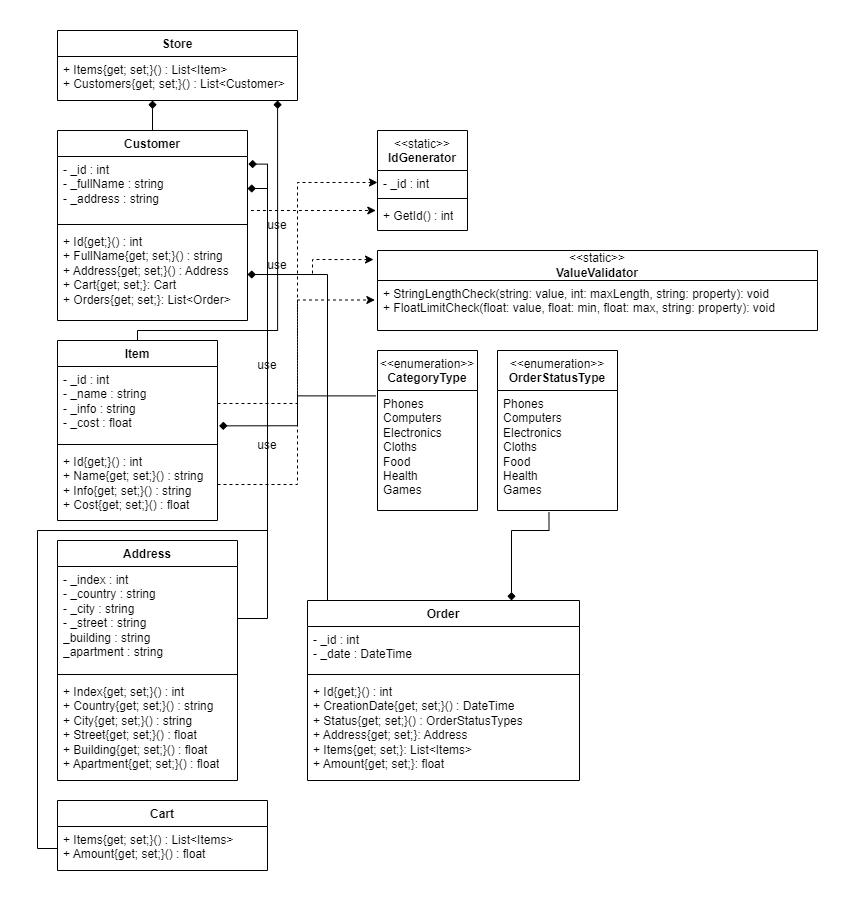
The draw.io diagram oop-winform/Diagram.drawio.png in antoniocra04/oop-winform, before a commit. Source tidied: cells renumbered, new cells last; positions are measured from the earlier drawing's top-left corner, leaving out a move shared by most shapes.
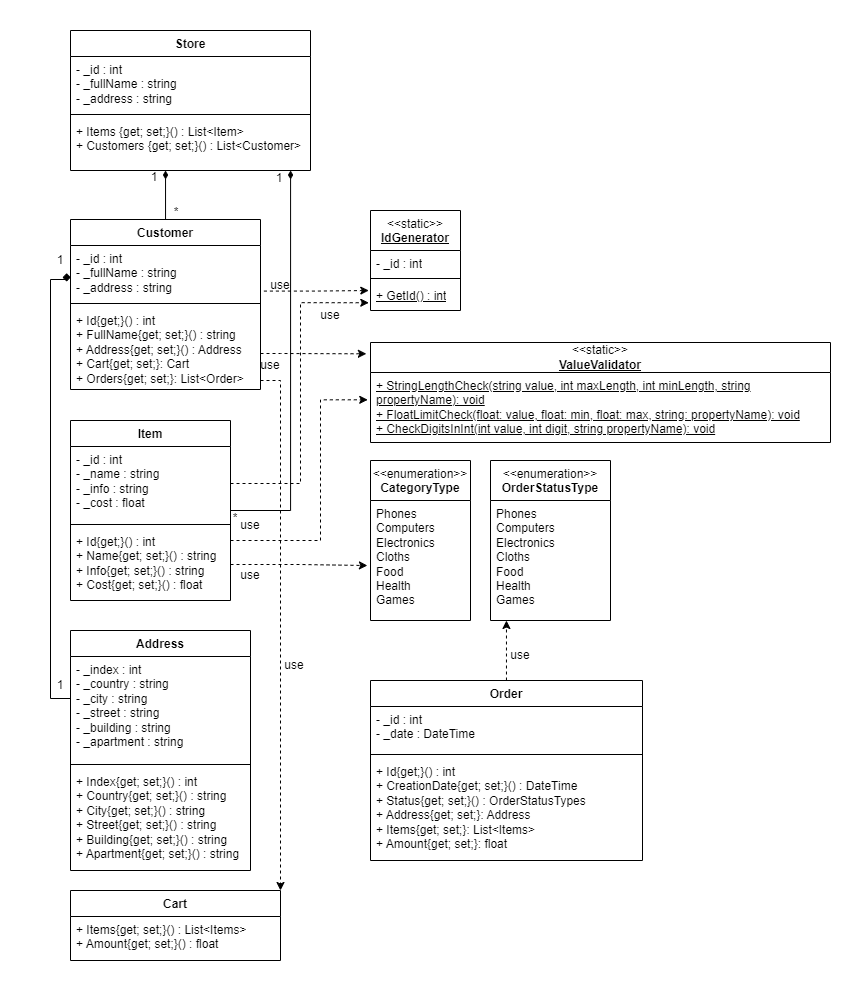
After the commit.

What changed in the source:
```diff
@@ -5,21 +5,13 @@
     <mxCell id="2" value="Customer" style="swimlane;fontStyle=1;align=center;verticalAlign=top;horizontal=1;startSize=26;whiteSpace=wrap;html=1;" parent="1" vertex="1">
-      <mxGeometry x="20" y="100" width="190" height="190" as="geometry" />
+      <mxGeometry x="20" y="109" width="190" height="170" as="geometry" />
     </mxCell>
     <mxCell id="3" value="- _id : int&lt;br&gt;- _fullName : string&lt;br&gt;- _address : string" style="text;strokeColor=none;fillColor=none;align=left;verticalAlign=top;spacingLeft=4;spacingRight=4;overflow=hidden;points=[[0,0.5],[1,0.5]];portConstraint=eastwest;whiteSpace=wrap;html=1;" parent="2" vertex="1">
-      <mxGeometry y="26" width="190" height="64" as="geometry" />
+      <mxGeometry y="26" width="190" height="54" as="geometry" />
     </mxCell>
     <mxCell id="4" style="line;strokeWidth=1;fillColor=none;align=left;verticalAlign=middle;spacingTop=-1;spacingLeft=3;spacingRight=3;labelPosition=right;strokeColor=inherit;" parent="2" vertex="1">
-      <mxGeometry y="90" width="190" height="8" as="geometry" />
+      <mxGeometry y="80" width="190" height="8" as="geometry" />
     </mxCell>
     <mxCell id="5" value="+ Id{get;}() : int&lt;br&gt;+ FullName{get; set;}() : string&lt;br&gt;+ Address{get; set;}() : Address&lt;div&gt;+ Cart{get; set;}: Cart&lt;/div&gt;&lt;div&gt;+ Orders{get; set;}: List&amp;lt;Order&amp;gt;&lt;/div&gt;" style="text;strokeColor=none;fillColor=none;align=left;verticalAlign=top;spacingLeft=4;spacingRight=4;overflow=hidden;points=[[0,0.5],[1,0.5]];portConstraint=eastwest;whiteSpace=wrap;html=1;" parent="2" vertex="1">
-      <mxGeometry y="98" width="190" height="92" as="geometry" />
+      <mxGeometry y="88" width="190" height="82" as="geometry" />
     </mxCell>
-    <mxCell id="6" style="edgeStyle=orthogonalEdgeStyle;rounded=0;jettySize=auto;html=1;entryX=0.917;entryY=1;entryDx=0;entryDy=0;entryPerimeter=0;endArrow=diamond;endFill=1;" parent="1" edge="1" source="7" target="34">
-      <mxGeometry relative="1" as="geometry">
-        <Array as="points">
-          <mxPoint x="100" y="300" />
-          <mxPoint x="240" y="300" />
-        </Array>
-      </mxGeometry>
-    </mxCell>
     <mxCell id="7" value="Item" style="swimlane;fontStyle=1;align=center;verticalAlign=top;horizontal=1;startSize=26;whiteSpace=wrap;html=1;" parent="1" vertex="1">
@@ -36,4 +28,4 @@
     </mxCell>
-    <mxCell id="11" value="&lt;span style=&quot;font-weight: normal;&quot;&gt;&amp;lt;&amp;lt;static&amp;gt;&amp;gt;&lt;/span&gt;&lt;br&gt;IdGenerator" style="swimlane;fontStyle=1;align=center;verticalAlign=top;horizontal=1;startSize=40;whiteSpace=wrap;html=1;" parent="1" vertex="1">
-      <mxGeometry x="340" y="100" width="90" height="100" as="geometry" />
+    <mxCell id="11" value="&lt;span style=&quot;font-weight: normal;&quot;&gt;&amp;lt;&amp;lt;static&amp;gt;&amp;gt;&lt;/span&gt;&lt;br&gt;&lt;u&gt;IdGenerator&lt;/u&gt;" style="swimlane;fontStyle=1;align=center;verticalAlign=top;horizontal=1;startSize=40;whiteSpace=wrap;html=1;" parent="1" vertex="1">
+      <mxGeometry x="320" y="100" width="90" height="100" as="geometry" />
     </mxCell>
@@ -45,10 +37,10 @@
     </mxCell>
-    <mxCell id="14" value="+ GetId() : int" style="text;strokeColor=none;fillColor=none;align=left;verticalAlign=top;spacingLeft=4;spacingRight=4;overflow=hidden;points=[[0,0.5],[1,0.5]];portConstraint=eastwest;whiteSpace=wrap;html=1;" parent="11" vertex="1">
+    <mxCell id="14" value="&lt;u&gt;+ GetId() : int&lt;/u&gt;" style="text;strokeColor=none;fillColor=none;align=left;verticalAlign=top;spacingLeft=4;spacingRight=4;overflow=hidden;points=[[0,0.5],[1,0.5]];portConstraint=eastwest;whiteSpace=wrap;html=1;" parent="11" vertex="1">
       <mxGeometry y="72" width="90" height="28" as="geometry" />
     </mxCell>
-    <mxCell id="15" value="&amp;lt;&amp;lt;static&amp;gt;&amp;gt;&lt;br&gt;&lt;b&gt;ValueValidator&lt;/b&gt;" style="swimlane;fontStyle=0;horizontal=1;startSize=30;fillColor=none;whiteSpace=wrap;html=1;" parent="1" vertex="1">
-      <mxGeometry x="340" y="220" width="440" height="80" as="geometry" />
+    <mxCell id="15" value="&amp;lt;&amp;lt;static&amp;gt;&amp;gt;&lt;br&gt;&lt;b&gt;&lt;u&gt;ValueValidator&lt;/u&gt;&lt;/b&gt;" style="swimlane;fontStyle=0;horizontal=1;startSize=30;fillColor=none;whiteSpace=wrap;html=1;" parent="1" vertex="1">
+      <mxGeometry x="320" y="232" width="460" height="100" as="geometry" />
     </mxCell>
-    <mxCell id="16" value="&lt;div&gt;+ StringLengthCheck(string: value, int: maxLength, string: property): void&lt;br&gt;&lt;/div&gt;&lt;div&gt;+ FloatLimitCheck(float: value, float: min, float: max, string: property): void&lt;br&gt;&lt;/div&gt;" style="text;strokeColor=none;fillColor=none;align=left;verticalAlign=top;spacingLeft=4;spacingRight=4;overflow=hidden;points=[[0,0.5],[1,0.5]];portConstraint=eastwest;whiteSpace=wrap;html=1;" parent="15" vertex="1">
-      <mxGeometry y="30" width="440" height="50" as="geometry" />
+    <mxCell id="16" value="&lt;div&gt;&lt;u&gt;+ StringLengthCheck(string value, int maxLength, int minLength, string propertyName): void&lt;br&gt;&lt;/u&gt;&lt;/div&gt;&lt;div&gt;&lt;u&gt;+ FloatLimitCheck(float: value, float: min, float: max, string: propertyName): void&lt;br&gt;&lt;/u&gt;&lt;/div&gt;&lt;div&gt;&lt;u&gt;+ CheckDigitsInInt(int value, int digit, string propertyName): void&lt;/u&gt;&lt;br&gt;&lt;/div&gt;" style="text;strokeColor=none;fillColor=none;align=left;verticalAlign=top;spacingLeft=4;spacingRight=4;overflow=hidden;points=[[0,0.5],[1,0.5]];portConstraint=eastwest;whiteSpace=wrap;html=1;" parent="15" vertex="1">
+      <mxGeometry y="30" width="460" height="70" as="geometry" />
     </mxCell>
@@ -58,8 +50,18 @@
     <mxCell id="18" style="edgeStyle=orthogonalEdgeStyle;rounded=0;jettySize=auto;html=1;entryX=-0.009;entryY=0.113;entryDx=0;entryDy=0;entryPerimeter=0;dashed=1;" parent="1" edge="1" source="5" target="15">
-      <mxGeometry relative="1" as="geometry" />
+      <mxGeometry relative="1" as="geometry">
+        <Array as="points">
+          <mxPoint x="230" y="243" />
+          <mxPoint x="230" y="243" />
+        </Array>
+      </mxGeometry>
     </mxCell>
     <mxCell id="19" style="edgeStyle=orthogonalEdgeStyle;rounded=0;jettySize=auto;html=1;entryX=-0.006;entryY=0.39;entryDx=0;entryDy=0;entryPerimeter=0;dashed=1;" parent="1" edge="1" source="10" target="16">
-      <mxGeometry relative="1" as="geometry" />
+      <mxGeometry relative="1" as="geometry">
+        <Array as="points">
+          <mxPoint x="270" y="430" />
+          <mxPoint x="270" y="289" />
+        </Array>
+      </mxGeometry>
     </mxCell>
-    <mxCell id="20" style="edgeStyle=orthogonalEdgeStyle;rounded=0;jettySize=auto;html=1;entryX=0;entryY=0.5;entryDx=0;entryDy=0;dashed=1;" parent="1" edge="1" source="8" target="12">
+    <mxCell id="20" style="edgeStyle=orthogonalEdgeStyle;rounded=0;jettySize=auto;html=1;entryX=-0.019;entryY=0.723;entryDx=0;entryDy=0;dashed=1;entryPerimeter=0;" parent="1" edge="1" source="8" target="14">
       <mxGeometry relative="1" as="geometry" />
@@ -67,17 +69,17 @@
     <mxCell id="21" value="use" style="text;html=1;align=center;verticalAlign=middle;whiteSpace=wrap;rounded=0;" parent="1" vertex="1">
-      <mxGeometry x="200" y="320" width="60" height="30" as="geometry" />
+      <mxGeometry x="190" y="240" width="60" height="30" as="geometry" />
     </mxCell>
     <mxCell id="22" value="use" style="text;html=1;align=center;verticalAlign=middle;whiteSpace=wrap;rounded=0;" parent="1" vertex="1">
-      <mxGeometry x="200" y="400" width="60" height="30" as="geometry" />
+      <mxGeometry x="170" y="400" width="60" height="30" as="geometry" />
     </mxCell>
     <mxCell id="23" value="use" style="text;html=1;align=center;verticalAlign=middle;whiteSpace=wrap;rounded=0;" parent="1" vertex="1">
-      <mxGeometry x="210" y="180" width="60" height="30" as="geometry" />
+      <mxGeometry x="200" y="160" width="60" height="30" as="geometry" />
     </mxCell>
     <mxCell id="24" value="use" style="text;html=1;align=center;verticalAlign=middle;whiteSpace=wrap;rounded=0;" parent="1" vertex="1">
-      <mxGeometry x="210" y="220" width="60" height="30" as="geometry" />
+      <mxGeometry x="250" y="190" width="60" height="30" as="geometry" />
     </mxCell>
     <mxCell id="25" value="Address" style="swimlane;fontStyle=1;align=center;verticalAlign=top;horizontal=1;startSize=26;whiteSpace=wrap;html=1;" parent="1" vertex="1">
-      <mxGeometry x="20" y="510" width="180" height="240" as="geometry" />
+      <mxGeometry x="20" y="520" width="180" height="240" as="geometry" />
     </mxCell>
-    <mxCell id="26" value="- _index : int&lt;br&gt;- _country : string&lt;br&gt;- _city : string&lt;br&gt;&lt;div&gt;- _street : string&lt;br&gt;&lt;/div&gt;&lt;div&gt;_building : string&lt;/div&gt;&lt;div&gt;_apartment : string&lt;br&gt;&lt;/div&gt;" style="text;strokeColor=none;fillColor=none;align=left;verticalAlign=top;spacingLeft=4;spacingRight=4;overflow=hidden;points=[[0,0.5],[1,0.5]];portConstraint=eastwest;whiteSpace=wrap;html=1;" parent="25" vertex="1">
+    <mxCell id="26" value="- _index : int&lt;br&gt;- _country : string&lt;br&gt;- _city : string&lt;br&gt;&lt;div&gt;- _street : string&lt;br&gt;&lt;/div&gt;&lt;div&gt;- _building : string&lt;/div&gt;&lt;div&gt;- _apartment : string&lt;br&gt;&lt;/div&gt;" style="text;strokeColor=none;fillColor=none;align=left;verticalAlign=top;spacingLeft=4;spacingRight=4;overflow=hidden;points=[[0,0.5],[1,0.5]];portConstraint=eastwest;whiteSpace=wrap;html=1;" parent="25" vertex="1">
       <mxGeometry y="26" width="180" height="104" as="geometry" />
@@ -87,10 +89,15 @@
     </mxCell>
-    <mxCell id="28" value="+ Index{get; set;}() : int&lt;br&gt;+ Country{get; set;}() : string&lt;br&gt;+ City{get; set;}() : string&lt;br&gt;&lt;div&gt;+ Street{get; set;}() : float&lt;/div&gt;&lt;div&gt;+ Building{get; set;}() : float&lt;/div&gt;&lt;div&gt;+ Apartment{get; set;}() : float&lt;/div&gt;" style="text;strokeColor=none;fillColor=none;align=left;verticalAlign=top;spacingLeft=4;spacingRight=4;overflow=hidden;whiteSpace=wrap;html=1;" parent="25" vertex="1">
+    <mxCell id="28" value="+ Index{get; set;}() : int&lt;br&gt;+ Country{get; set;}() : string&lt;br&gt;+ City{get; set;}() : string&lt;br&gt;&lt;div&gt;+ Street{get; set;}() : string&lt;/div&gt;&lt;div&gt;+ Building{get; set;}() : string&lt;/div&gt;&lt;div&gt;+ Apartment{get; set;}() : string&lt;/div&gt;" style="text;strokeColor=none;fillColor=none;align=left;verticalAlign=top;spacingLeft=4;spacingRight=4;overflow=hidden;whiteSpace=wrap;html=1;" parent="25" vertex="1">
       <mxGeometry y="138" width="180" height="102" as="geometry" />
     </mxCell>
-    <mxCell id="29" style="edgeStyle=orthogonalEdgeStyle;rounded=0;jettySize=auto;html=1;entryX=1;entryY=0.5;entryDx=0;entryDy=0;endArrow=diamond;endFill=1;" parent="1" edge="1" source="26" target="3">
-      <mxGeometry relative="1" as="geometry" />
+    <mxCell id="29" style="edgeStyle=orthogonalEdgeStyle;rounded=0;jettySize=auto;html=1;entryX=-0.02;entryY=0.669;entryDx=0;entryDy=0;endArrow=diamond;endFill=1;entryPerimeter=0;" parent="1" edge="1" source="26" target="3">
+      <mxGeometry relative="1" as="geometry">
+        <Array as="points">
+          <mxPoint y="588" />
+          <mxPoint y="169" />
+        </Array>
+      </mxGeometry>
     </mxCell>
     <mxCell id="30" value="&lt;span style=&quot;font-weight: normal;&quot;&gt;&amp;lt;&amp;lt;enumeration&amp;gt;&amp;gt;&lt;/span&gt;&lt;br&gt;CategoryType" style="swimlane;fontStyle=1;align=center;verticalAlign=top;horizontal=1;startSize=40;whiteSpace=wrap;html=1;" parent="1" vertex="1">
-      <mxGeometry x="340" y="320" width="100" height="160" as="geometry" />
+      <mxGeometry x="320" y="350" width="100" height="160" as="geometry" />
     </mxCell>
@@ -99,22 +106,50 @@
     </mxCell>
-    <mxCell id="32" style="edgeStyle=orthogonalEdgeStyle;rounded=0;jettySize=auto;html=1;entryX=1.01;entryY=0.802;entryDx=0;entryDy=0;entryPerimeter=0;exitX=-0.018;exitY=0.045;exitDx=0;exitDy=0;exitPerimeter=0;endArrow=diamond;endFill=1;" parent="1" edge="1" source="31" target="8">
-      <mxGeometry relative="1" as="geometry" />
-    </mxCell>
+    <mxCell id="47" value="1" style="text;html=1;align=center;verticalAlign=middle;whiteSpace=wrap;rounded=0;" parent="1" vertex="1">
+      <mxGeometry x="-20" y="560" width="60" height="30" as="geometry" />
+    </mxCell>
+    <mxCell id="48" style="edgeStyle=orthogonalEdgeStyle;rounded=0;jettySize=auto;html=1;entryX=-0.031;entryY=0.542;entryDx=0;entryDy=0;entryPerimeter=0;dashed=1;" parent="1" edge="1" source="10" target="31">
+      <mxGeometry relative="1" as="geometry" />
+    </mxCell>
+    <mxCell id="49" value="use" style="text;html=1;align=center;verticalAlign=middle;whiteSpace=wrap;rounded=0;" parent="1" vertex="1">
+      <mxGeometry x="170" y="450" width="60" height="30" as="geometry" />
+    </mxCell>
+    <mxCell id="50" value="1" style="text;html=1;align=center;verticalAlign=middle;whiteSpace=wrap;rounded=0;" parent="1" vertex="1">
+      <mxGeometry x="-5" y="135" width="30" height="30" as="geometry" />
+    </mxCell>
     <mxCell id="33" value="Store" style="swimlane;fontStyle=1;align=center;verticalAlign=top;horizontal=1;startSize=26;whiteSpace=wrap;html=1;" parent="1" vertex="1">
-      <mxGeometry x="20" width="240" height="70" as="geometry" />
+      <mxGeometry x="20" y="-80" width="240" height="140" as="geometry" />
     </mxCell>
-    <mxCell id="34" value="+ Items{get; set;}() : List&amp;lt;Item&amp;gt;&lt;br&gt;+ Customers{get; set;}() : List&amp;lt;Customer&amp;gt;" style="text;strokeColor=none;fillColor=none;align=left;verticalAlign=top;spacingLeft=4;spacingRight=4;overflow=hidden;points=[[0,0.5],[1,0.5]];portConstraint=eastwest;whiteSpace=wrap;html=1;" parent="33" vertex="1">
-      <mxGeometry y="26" width="240" height="44" as="geometry" />
-    </mxCell>
-    <mxCell id="35" style="edgeStyle=orthogonalEdgeStyle;rounded=0;jettySize=auto;html=1;entryX=0.396;entryY=1;entryDx=0;entryDy=0;entryPerimeter=0;endArrow=diamond;endFill=1;" parent="1" edge="1" source="2" target="34">
-      <mxGeometry relative="1" as="geometry" />
-    </mxCell>
-    <mxCell id="36" value="&lt;span style=&quot;font-weight: normal;&quot;&gt;&amp;lt;&amp;lt;enumeration&amp;gt;&amp;gt;&lt;/span&gt;&lt;br&gt;OrderStatusType" style="swimlane;fontStyle=1;align=center;verticalAlign=top;horizontal=1;startSize=40;whiteSpace=wrap;html=1;" parent="1" vertex="1">
-      <mxGeometry x="460" y="320" width="120" height="160" as="geometry" />
-    </mxCell>
-    <mxCell id="37" value="&lt;div&gt;Phones&lt;/div&gt;&lt;div&gt;Computers&lt;/div&gt;&lt;div&gt;Electronics&lt;/div&gt;&lt;div&gt;Cloths&lt;/div&gt;&lt;div&gt;Food&lt;/div&gt;&lt;div&gt;Health&lt;/div&gt;&lt;div&gt;Games&lt;br&gt;&lt;/div&gt;" style="text;strokeColor=none;fillColor=none;align=left;verticalAlign=top;spacingLeft=4;spacingRight=4;overflow=hidden;points=[[0,0.5],[1,0.5]];portConstraint=eastwest;whiteSpace=wrap;html=1;" parent="36" vertex="1">
-      <mxGeometry y="40" width="120" height="120" as="geometry" />
-    </mxCell>
+    <mxCell id="51" value="- _id : int&lt;br&gt;- _fullName : string&lt;br&gt;- _address : string" style="text;strokeColor=none;fillColor=none;align=left;verticalAlign=top;spacingLeft=4;spacingRight=4;overflow=hidden;whiteSpace=wrap;html=1;" parent="33" vertex="1">
+      <mxGeometry y="26" width="240" height="54" as="geometry" />
+    </mxCell>
+    <mxCell id="52" style="line;strokeWidth=1;fillColor=none;align=left;verticalAlign=middle;spacingTop=-1;spacingLeft=3;spacingRight=3;labelPosition=right;strokeColor=inherit;" parent="33" vertex="1">
+      <mxGeometry y="80" width="240" height="8" as="geometry" />
+    </mxCell>
+    <mxCell id="53" value="+ Items {get; set;}() :&amp;nbsp;List&amp;lt;Item&amp;gt;&lt;br&gt;+ Customers {get; set;}() :&amp;nbsp;List&amp;lt;Customer&amp;gt;" style="text;strokeColor=none;fillColor=none;align=left;verticalAlign=top;spacingLeft=4;spacingRight=4;overflow=hidden;points=[[0,0.5],[1,0.5]];portConstraint=eastwest;whiteSpace=wrap;html=1;" parent="33" vertex="1">
+      <mxGeometry y="88" width="240" height="52" as="geometry" />
+    </mxCell>
+    <mxCell id="54" style="edgeStyle=orthogonalEdgeStyle;rounded=0;jettySize=auto;html=1;entryX=0.396;entryY=1;entryDx=0;entryDy=0;entryPerimeter=0;endArrow=diamondThin;endFill=1;" parent="1" edge="1" source="2" target="53">
+      <mxGeometry relative="1" as="geometry" />
+    </mxCell>
+    <mxCell id="55" style="edgeStyle=orthogonalEdgeStyle;rounded=0;jettySize=auto;html=1;entryX=0.917;entryY=1;entryDx=0;entryDy=0;entryPerimeter=0;endArrow=diamondThin;endFill=1;" parent="1" edge="1" source="7" target="53">
+      <mxGeometry relative="1" as="geometry">
+        <Array as="points">
+          <mxPoint x="240" y="400" />
+        </Array>
+      </mxGeometry>
+    </mxCell>
+    <mxCell id="56" value="1" style="text;html=1;align=center;verticalAlign=middle;whiteSpace=wrap;rounded=0;" parent="1" vertex="1">
+      <mxGeometry x="89" y="52" width="30" height="30" as="geometry" />
+    </mxCell>
+    <mxCell id="57" value="*" style="text;html=1;align=center;verticalAlign=middle;whiteSpace=wrap;rounded=0;" parent="1" vertex="1">
+      <mxGeometry x="111" y="87" width="30" height="30" as="geometry" />
+    </mxCell>
+    <mxCell id="58" value="1" style="text;html=1;align=center;verticalAlign=middle;whiteSpace=wrap;rounded=0;" parent="1" vertex="1">
+      <mxGeometry x="214" y="53" width="30" height="30" as="geometry" />
+    </mxCell>
+    <mxCell id="59" value="*" style="text;html=1;align=center;verticalAlign=middle;whiteSpace=wrap;rounded=0;" parent="1" vertex="1">
+      <mxGeometry x="170" y="393" width="30" height="30" as="geometry" />
+    </mxCell>
     <mxCell id="38" value="Cart" style="swimlane;fontStyle=1;align=center;verticalAlign=top;horizontal=1;startSize=26;whiteSpace=wrap;html=1;" parent="1" vertex="1">
-      <mxGeometry x="20" y="770" width="210" height="70" as="geometry" />
+      <mxGeometry x="20" y="780" width="210" height="70" as="geometry" />
     </mxCell>
@@ -123,21 +158,7 @@
     </mxCell>
-    <mxCell id="40" style="edgeStyle=orthogonalEdgeStyle;rounded=0;jettySize=auto;html=1;entryX=1.005;entryY=0.118;entryDx=0;entryDy=0;entryPerimeter=0;endArrow=diamond;endFill=1;" parent="1" edge="1" source="39" target="3">
-      <mxGeometry relative="1" as="geometry">
-        <Array as="points">
-          <mxPoint y="818" />
-          <mxPoint y="500" />
-          <mxPoint x="230" y="500" />
-          <mxPoint x="230" y="134" />
-        </Array>
-      </mxGeometry>
-    </mxCell>
-    <mxCell id="41" style="edgeStyle=orthogonalEdgeStyle;rounded=0;jettySize=auto;html=1;endArrow=diamond;endFill=1;" parent="1" edge="1" source="42" target="5">
-      <mxGeometry relative="1" as="geometry">
-        <Array as="points">
-          <mxPoint x="290" y="244" />
-        </Array>
-      </mxGeometry>
-    </mxCell>
+    <mxCell id="60" style="edgeStyle=orthogonalEdgeStyle;rounded=0;jettySize=auto;html=1;entryX=0.133;entryY=1;entryDx=0;entryDy=0;entryPerimeter=0;dashed=1;" parent="1" edge="1" source="42" target="37">
+      <mxGeometry relative="1" as="geometry" />
+    </mxCell>
     <mxCell id="42" value="Order" style="swimlane;fontStyle=1;align=center;verticalAlign=top;horizontal=1;startSize=26;whiteSpace=wrap;html=1;" parent="1" vertex="1">
-      <mxGeometry x="270" y="570" width="272" height="180" as="geometry" />
+      <mxGeometry x="320" y="570" width="272" height="180" as="geometry" />
     </mxCell>
@@ -152,10 +173,21 @@
     </mxCell>
-    <mxCell id="46" style="edgeStyle=orthogonalEdgeStyle;rounded=0;jettySize=auto;html=1;entryX=0.75;entryY=0;entryDx=0;entryDy=0;exitX=0.429;exitY=1.015;exitDx=0;exitDy=0;exitPerimeter=0;endArrow=diamond;endFill=1;" parent="1" edge="1" source="37" target="42">
-      <mxGeometry relative="1" as="geometry">
-        <Array as="points">
-          <mxPoint x="512" y="500" />
-          <mxPoint x="474" y="500" />
-        </Array>
-      </mxGeometry>
-    </mxCell>
+    <mxCell id="36" value="&lt;span style=&quot;font-weight: normal;&quot;&gt;&amp;lt;&amp;lt;enumeration&amp;gt;&amp;gt;&lt;/span&gt;&lt;br&gt;OrderStatusType" style="swimlane;fontStyle=1;align=center;verticalAlign=top;horizontal=1;startSize=40;whiteSpace=wrap;html=1;" parent="1" vertex="1">
+      <mxGeometry x="440" y="350" width="120" height="160" as="geometry" />
+    </mxCell>
+    <mxCell id="37" value="&lt;div&gt;Phones&lt;/div&gt;&lt;div&gt;Computers&lt;/div&gt;&lt;div&gt;Electronics&lt;/div&gt;&lt;div&gt;Cloths&lt;/div&gt;&lt;div&gt;Food&lt;/div&gt;&lt;div&gt;Health&lt;/div&gt;&lt;div&gt;Games&lt;br&gt;&lt;/div&gt;" style="text;strokeColor=none;fillColor=none;align=left;verticalAlign=top;spacingLeft=4;spacingRight=4;overflow=hidden;points=[[0,0.5],[1,0.5]];portConstraint=eastwest;whiteSpace=wrap;html=1;" parent="36" vertex="1">
+      <mxGeometry y="40" width="120" height="120" as="geometry" />
+    </mxCell>
+    <mxCell id="61" value="use" style="text;html=1;align=center;verticalAlign=middle;whiteSpace=wrap;rounded=0;" parent="1" vertex="1">
+      <mxGeometry x="440" y="530" width="60" height="30" as="geometry" />
+    </mxCell>
+    <mxCell id="62" style="edgeStyle=orthogonalEdgeStyle;rounded=0;jettySize=auto;html=1;entryX=1;entryY=0;entryDx=0;entryDy=0;dashed=1;" parent="1" edge="1" source="5" target="38">
+      <mxGeometry relative="1" as="geometry">
+        <Array as="points">
+          <mxPoint x="230" y="270" />
+        </Array>
+      </mxGeometry>
+    </mxCell>
+    <mxCell id="63" value="use" style="text;html=1;align=center;verticalAlign=middle;whiteSpace=wrap;rounded=0;" parent="1" vertex="1">
+      <mxGeometry x="214" y="540" width="60" height="30" as="geometry" />
+    </mxCell>
   </root>
```
